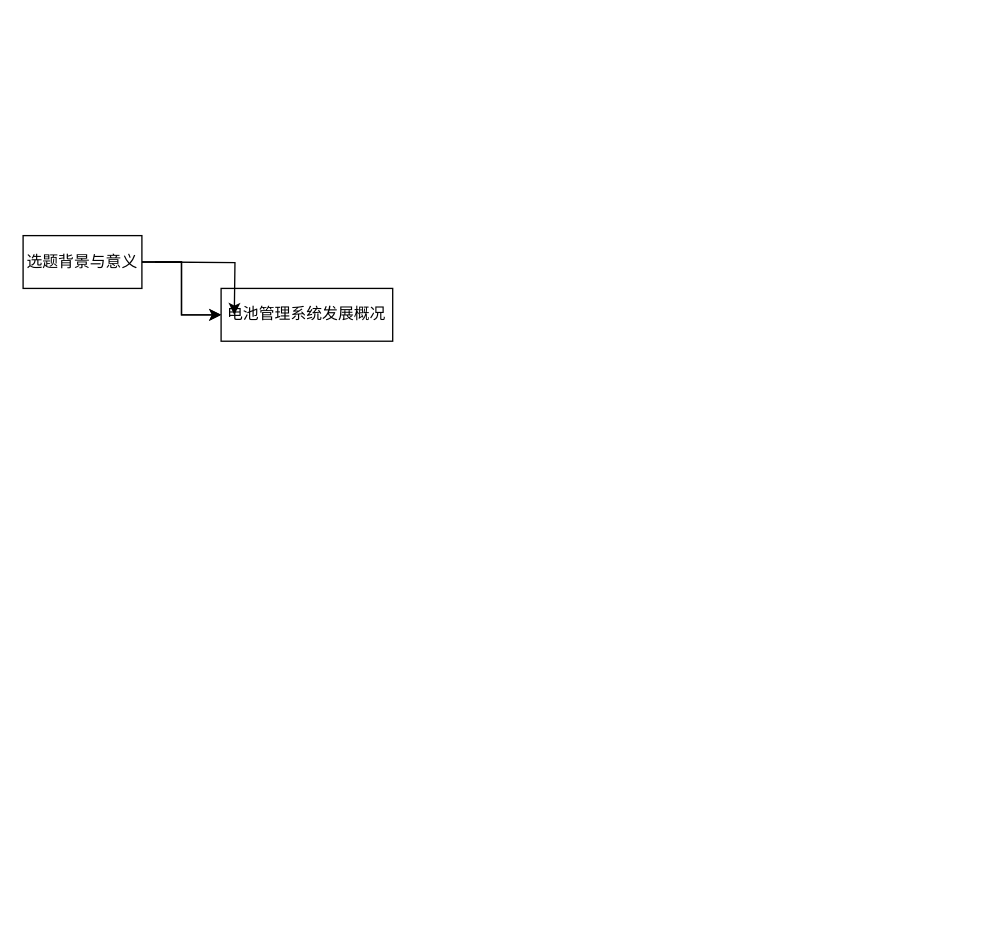
Above: Untitled Diagram.drawio in limpuslee/lyricsgithub.io (draw.io), before the change. Source tidied: cells renumbered, new cells numbered last; positions are measured from the earlier drawing's top-left corner, leaving out a move shared by most shapes. Both pictures are drawn from the tidied source at 132%, with x=0, y=0 at pixel (22, 235).
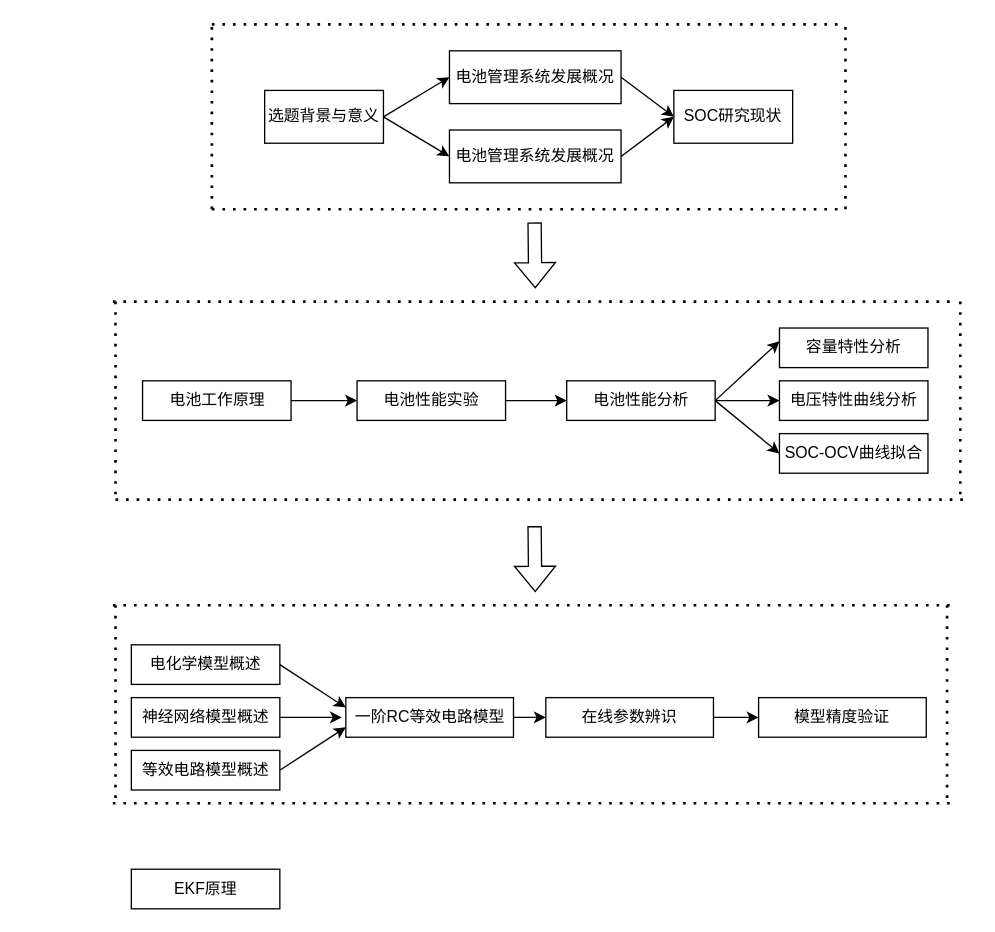
The same diagram, later.

The edit, as a diff of the source:
```diff
@@
-    <mxCell id="2" style="edgeStyle=orthogonalEdgeStyle;rounded=0;jettySize=auto;html=1;" parent="1" edge="1" source="4" target="5">
-      <mxGeometry relative="1" as="geometry" />
-    </mxCell>
-    <mxCell id="3" style="edgeStyle=orthogonalEdgeStyle;rounded=0;jettySize=auto;html=1;" parent="1" edge="1" source="4" target="5">
-      <mxGeometry relative="1" as="geometry" />
-    </mxCell>
     <mxCell id="4" value="选题背景与意义" style="rounded=0;whiteSpace=wrap;html=1;" parent="1" vertex="1">
-      <mxGeometry width="90" height="40" as="geometry" />
+      <mxGeometry x="183" y="-110" width="90" height="40" as="geometry" />
     </mxCell>
     <mxCell id="5" value="电池管理系统发展概况" style="rounded=0;whiteSpace=wrap;html=1;" parent="1" vertex="1">
-      <mxGeometry x="150" y="40" width="130" height="40" as="geometry" />
+      <mxGeometry x="323" y="-140" width="130" height="40" as="geometry" />
     </mxCell>
-    <mxCell id="6" style="edgeStyle=orthogonalEdgeStyle;rounded=0;orthogonalLoop=1;jettySize=auto;html=1;" parent="1" edge="1">
-      <mxGeometry relative="1" as="geometry">
-        <mxPoint x="100" y="20" as="sourcePoint" />
-        <mxPoint x="160" y="60" as="targetPoint" />
-      </mxGeometry>
-    </mxCell>
+    <mxCell id="7" value="电池管理系统发展概况" style="rounded=0;whiteSpace=wrap;html=1;" parent="1" vertex="1">
+      <mxGeometry x="323" y="-80" width="130" height="40" as="geometry" />
+    </mxCell>
+    <mxCell id="8" style="endArrow=classic;html=1;rounded=0;exitX=1;exitY=0.5;exitDx=0;exitDy=0;entryX=0;entryY=0.5;entryDx=0;entryDy=0;" parent="1" edge="1" source="4" target="7">
+      <mxGeometry relative="1" as="geometry" />
+    </mxCell>
+    <mxCell id="9" style="endArrow=classic;html=1;rounded=0;entryX=0;entryY=0.5;entryDx=0;entryDy=0;exitX=1;exitY=0.5;exitDx=0;exitDy=0;" parent="1" edge="1" source="4" target="5">
+      <mxGeometry relative="1" as="geometry" />
+    </mxCell>
+    <mxCell id="10" value="SOC研究现状" style="rounded=0;whiteSpace=wrap;html=1;" parent="1" vertex="1">
+      <mxGeometry x="493" y="-110" width="90" height="40" as="geometry" />
+    </mxCell>
+    <mxCell id="11" style="endArrow=classic;html=1;rounded=0;exitX=1;exitY=0.5;exitDx=0;exitDy=0;entryX=0;entryY=0.5;entryDx=0;entryDy=0;" parent="1" edge="1" source="5" target="10">
+      <mxGeometry relative="1" as="geometry" />
+    </mxCell>
+    <mxCell id="12" style="endArrow=classic;html=1;rounded=0;exitX=1;exitY=0.5;exitDx=0;exitDy=0;entryX=0;entryY=0.5;entryDx=0;entryDy=0;" parent="1" edge="1" source="7" target="10">
+      <mxGeometry relative="1" as="geometry" />
+    </mxCell>
+    <mxCell id="13" style="endArrow=none;dashed=1;html=1;dashPattern=1 3;strokeWidth=2;rounded=0;" parent="1" edge="1">
+      <mxGeometry relative="1" as="geometry">
+        <mxPoint x="143" y="-160" as="sourcePoint" />
+        <mxPoint x="623" y="-160" as="targetPoint" />
+      </mxGeometry>
+    </mxCell>
+    <mxCell id="14" style="endArrow=none;dashed=1;html=1;dashPattern=1 3;strokeWidth=2;rounded=0;" parent="1" edge="1">
+      <mxGeometry relative="1" as="geometry">
+        <mxPoint x="623" y="-20" as="sourcePoint" />
+        <mxPoint x="623" y="-160" as="targetPoint" />
+      </mxGeometry>
+    </mxCell>
+    <mxCell id="15" style="endArrow=none;dashed=1;html=1;dashPattern=1 3;strokeWidth=2;rounded=0;" parent="1" edge="1">
+      <mxGeometry relative="1" as="geometry">
+        <mxPoint x="143" y="-20" as="sourcePoint" />
+        <mxPoint x="143" y="-160" as="targetPoint" />
+      </mxGeometry>
+    </mxCell>
+    <mxCell id="16" style="endArrow=none;dashed=1;html=1;dashPattern=1 3;strokeWidth=2;rounded=0;" parent="1" edge="1">
+      <mxGeometry relative="1" as="geometry">
+        <mxPoint x="143" y="-20" as="sourcePoint" />
+        <mxPoint x="623" y="-20" as="targetPoint" />
+      </mxGeometry>
+    </mxCell>
+    <mxCell id="17" style="shape=flexArrow;endArrow=classic;html=1;rounded=0;" parent="1" edge="1">
+      <mxGeometry relative="1" as="geometry">
+        <mxPoint x="387.5" y="-10" as="sourcePoint" />
+        <mxPoint x="388" y="40" as="targetPoint" />
+      </mxGeometry>
+    </mxCell>
+    <mxCell id="18" style="edgeStyle=orthogonalEdgeStyle;rounded=0;jettySize=auto;html=1;" parent="1" edge="1" source="19" target="21">
+      <mxGeometry relative="1" as="geometry" />
+    </mxCell>
+    <mxCell id="19" value="电池工作原理" style="rounded=0;whiteSpace=wrap;html=1;rotation=0;" parent="1" vertex="1">
+      <mxGeometry x="90.5" y="110" width="112.5" height="30" as="geometry" />
+    </mxCell>
+    <mxCell id="20" style="edgeStyle=orthogonalEdgeStyle;rounded=0;jettySize=auto;html=1;" parent="1" edge="1" source="21" target="22">
+      <mxGeometry relative="1" as="geometry" />
+    </mxCell>
+    <mxCell id="21" value="电池性能实验" style="rounded=0;whiteSpace=wrap;html=1;rotation=0;" parent="1" vertex="1">
+      <mxGeometry x="253" y="110" width="112.5" height="30" as="geometry" />
+    </mxCell>
+    <mxCell id="22" value="电池性能分析" style="rounded=0;whiteSpace=wrap;html=1;rotation=0;" parent="1" vertex="1">
+      <mxGeometry x="411.8" y="110" width="112.5" height="30" as="geometry" />
+    </mxCell>
+    <mxCell id="23" value="容量特性分析" style="rounded=0;whiteSpace=wrap;html=1;rotation=0;" parent="1" vertex="1">
+      <mxGeometry x="573" y="70" width="112.5" height="30" as="geometry" />
+    </mxCell>
+    <mxCell id="24" value="电压特性曲线分析" style="rounded=0;whiteSpace=wrap;html=1;rotation=0;" parent="1" vertex="1">
+      <mxGeometry x="573" y="110" width="112.5" height="30" as="geometry" />
+    </mxCell>
+    <mxCell id="25" value="SOC-OCV曲线拟合" style="rounded=0;whiteSpace=wrap;html=1;rotation=0;" parent="1" vertex="1">
+      <mxGeometry x="573" y="150" width="112.5" height="30" as="geometry" />
+    </mxCell>
+    <mxCell id="26" style="endArrow=classic;html=1;rounded=0;exitX=1;exitY=0.5;exitDx=0;exitDy=0;" parent="1" edge="1" source="22">
+      <mxGeometry relative="1" as="geometry">
+        <mxPoint x="573" y="80" as="targetPoint" />
+      </mxGeometry>
+    </mxCell>
+    <mxCell id="27" style="endArrow=classic;html=1;rounded=0;exitX=1;exitY=0.5;exitDx=0;exitDy=0;entryX=0;entryY=0.5;entryDx=0;entryDy=0;" parent="1" edge="1" source="22" target="24">
+      <mxGeometry relative="1" as="geometry" />
+    </mxCell>
+    <mxCell id="28" style="endArrow=classic;html=1;rounded=0;exitX=1;exitY=0.5;exitDx=0;exitDy=0;entryX=0;entryY=0.5;entryDx=0;entryDy=0;" parent="1" edge="1" source="22" target="25">
+      <mxGeometry relative="1" as="geometry" />
+    </mxCell>
+    <mxCell id="29" style="endArrow=none;dashed=1;html=1;dashPattern=1 3;strokeWidth=2;rounded=0;" parent="1" edge="1">
+      <mxGeometry relative="1" as="geometry">
+        <mxPoint x="68" y="50" as="sourcePoint" />
+        <mxPoint x="708" y="50" as="targetPoint" />
+      </mxGeometry>
+    </mxCell>
+    <mxCell id="30" style="endArrow=none;dashed=1;html=1;dashPattern=1 3;strokeWidth=2;rounded=0;" parent="1" edge="1">
+      <mxGeometry relative="1" as="geometry">
+        <mxPoint x="70" y="200" as="sourcePoint" />
+        <mxPoint x="718" y="200" as="targetPoint" />
+      </mxGeometry>
+    </mxCell>
+    <mxCell id="31" style="endArrow=none;dashed=1;html=1;dashPattern=1 3;strokeWidth=2;rounded=0;" parent="1" edge="1">
+      <mxGeometry relative="1" as="geometry">
+        <mxPoint x="70" y="50" as="sourcePoint" />
+        <mxPoint x="70" y="200" as="targetPoint" />
+      </mxGeometry>
+    </mxCell>
+    <mxCell id="32" style="endArrow=none;dashed=1;html=1;dashPattern=1 3;strokeWidth=2;rounded=0;" parent="1" edge="1">
+      <mxGeometry relative="1" as="geometry">
+        <mxPoint x="710" y="50" as="sourcePoint" />
+        <mxPoint x="710" y="200" as="targetPoint" />
+      </mxGeometry>
+    </mxCell>
+    <mxCell id="33" value="电化学模型概述" style="rounded=0;whiteSpace=wrap;html=1;rotation=0;" parent="1" vertex="1">
+      <mxGeometry x="82" y="310" width="112.5" height="30" as="geometry" />
+    </mxCell>
+    <mxCell id="34" value="神经网络模型概述" style="rounded=0;whiteSpace=wrap;html=1;rotation=0;" parent="1" vertex="1">
+      <mxGeometry x="82" y="350" width="112.5" height="30" as="geometry" />
+    </mxCell>
+    <mxCell id="35" value="等效电路模型概述" style="rounded=0;whiteSpace=wrap;html=1;rotation=0;" parent="1" vertex="1">
+      <mxGeometry x="82" y="390" width="112.5" height="30" as="geometry" />
+    </mxCell>
+    <mxCell id="36" style="edgeStyle=orthogonalEdgeStyle;rounded=0;jettySize=auto;html=1;" parent="1" edge="1" source="37" target="42">
+      <mxGeometry relative="1" as="geometry" />
+    </mxCell>
+    <mxCell id="37" value="一阶RC等效电路模型" style="rounded=0;whiteSpace=wrap;html=1;rotation=0;" parent="1" vertex="1">
+      <mxGeometry x="244.5" y="350" width="127" height="30" as="geometry" />
+    </mxCell>
+    <mxCell id="38" style="endArrow=classic;html=1;rounded=0;entryX=0;entryY=0.25;entryDx=0;entryDy=0;exitX=1;exitY=0.5;exitDx=0;exitDy=0;" parent="1" edge="1" source="33" target="37">
+      <mxGeometry relative="1" as="geometry" />
+    </mxCell>
+    <mxCell id="39" style="endArrow=classic;html=1;rounded=0;exitX=1;exitY=0.5;exitDx=0;exitDy=0;" parent="1" edge="1" source="34">
+      <mxGeometry relative="1" as="geometry">
+        <mxPoint x="241.5" y="365" as="targetPoint" />
+      </mxGeometry>
+    </mxCell>
+    <mxCell id="40" style="endArrow=classic;html=1;rounded=0;exitX=1;exitY=0.5;exitDx=0;exitDy=0;entryX=0;entryY=0.75;entryDx=0;entryDy=0;" parent="1" edge="1" source="35" target="37">
+      <mxGeometry relative="1" as="geometry" />
+    </mxCell>
+    <mxCell id="41" style="edgeStyle=orthogonalEdgeStyle;rounded=0;jettySize=auto;html=1;" parent="1" edge="1" source="42" target="43">
+      <mxGeometry relative="1" as="geometry" />
+    </mxCell>
+    <mxCell id="42" value="在线参数辨识" style="rounded=0;whiteSpace=wrap;html=1;rotation=0;" parent="1" vertex="1">
+      <mxGeometry x="396" y="350" width="127" height="30" as="geometry" />
+    </mxCell>
+    <mxCell id="43" value="模型精度验证" style="rounded=0;whiteSpace=wrap;html=1;rotation=0;" parent="1" vertex="1">
+      <mxGeometry x="557.2" y="350" width="127" height="30" as="geometry" />
+    </mxCell>
+    <mxCell id="44" style="endArrow=none;dashed=1;html=1;dashPattern=1 3;strokeWidth=2;rounded=0;" parent="1" edge="1">
+      <mxGeometry relative="1" as="geometry">
+        <mxPoint x="68" y="280" as="sourcePoint" />
+        <mxPoint x="708" y="280" as="targetPoint" />
+      </mxGeometry>
+    </mxCell>
+    <mxCell id="45" style="endArrow=none;dashed=1;html=1;dashPattern=1 3;strokeWidth=2;rounded=0;" parent="1" edge="1">
+      <mxGeometry relative="1" as="geometry">
+        <mxPoint x="70" y="280" as="sourcePoint" />
+        <mxPoint x="70" y="430" as="targetPoint" />
+      </mxGeometry>
+    </mxCell>
+    <mxCell id="46" style="endArrow=none;dashed=1;html=1;dashPattern=1 3;strokeWidth=2;rounded=0;" parent="1" edge="1">
+      <mxGeometry relative="1" as="geometry">
+        <mxPoint x="68" y="430" as="sourcePoint" />
+        <mxPoint x="708" y="430" as="targetPoint" />
+      </mxGeometry>
+    </mxCell>
+    <mxCell id="47" style="endArrow=none;dashed=1;html=1;dashPattern=1 3;strokeWidth=2;rounded=0;" parent="1" edge="1">
+      <mxGeometry relative="1" as="geometry">
+        <mxPoint x="700" y="280" as="sourcePoint" />
+        <mxPoint x="700" y="430" as="targetPoint" />
+      </mxGeometry>
+    </mxCell>
+    <mxCell id="48" style="shape=flexArrow;endArrow=classic;html=1;rounded=0;" parent="1" edge="1">
+      <mxGeometry relative="1" as="geometry">
+        <mxPoint x="387.5" y="220" as="sourcePoint" />
+        <mxPoint x="388" y="270" as="targetPoint" />
+      </mxGeometry>
+    </mxCell>
+    <mxCell id="49" value="EKF原理" style="rounded=0;whiteSpace=wrap;html=1;rotation=0;" parent="1" vertex="1">
+      <mxGeometry x="82" y="480" width="112.5" height="30" as="geometry" />
+    </mxCell>
```
